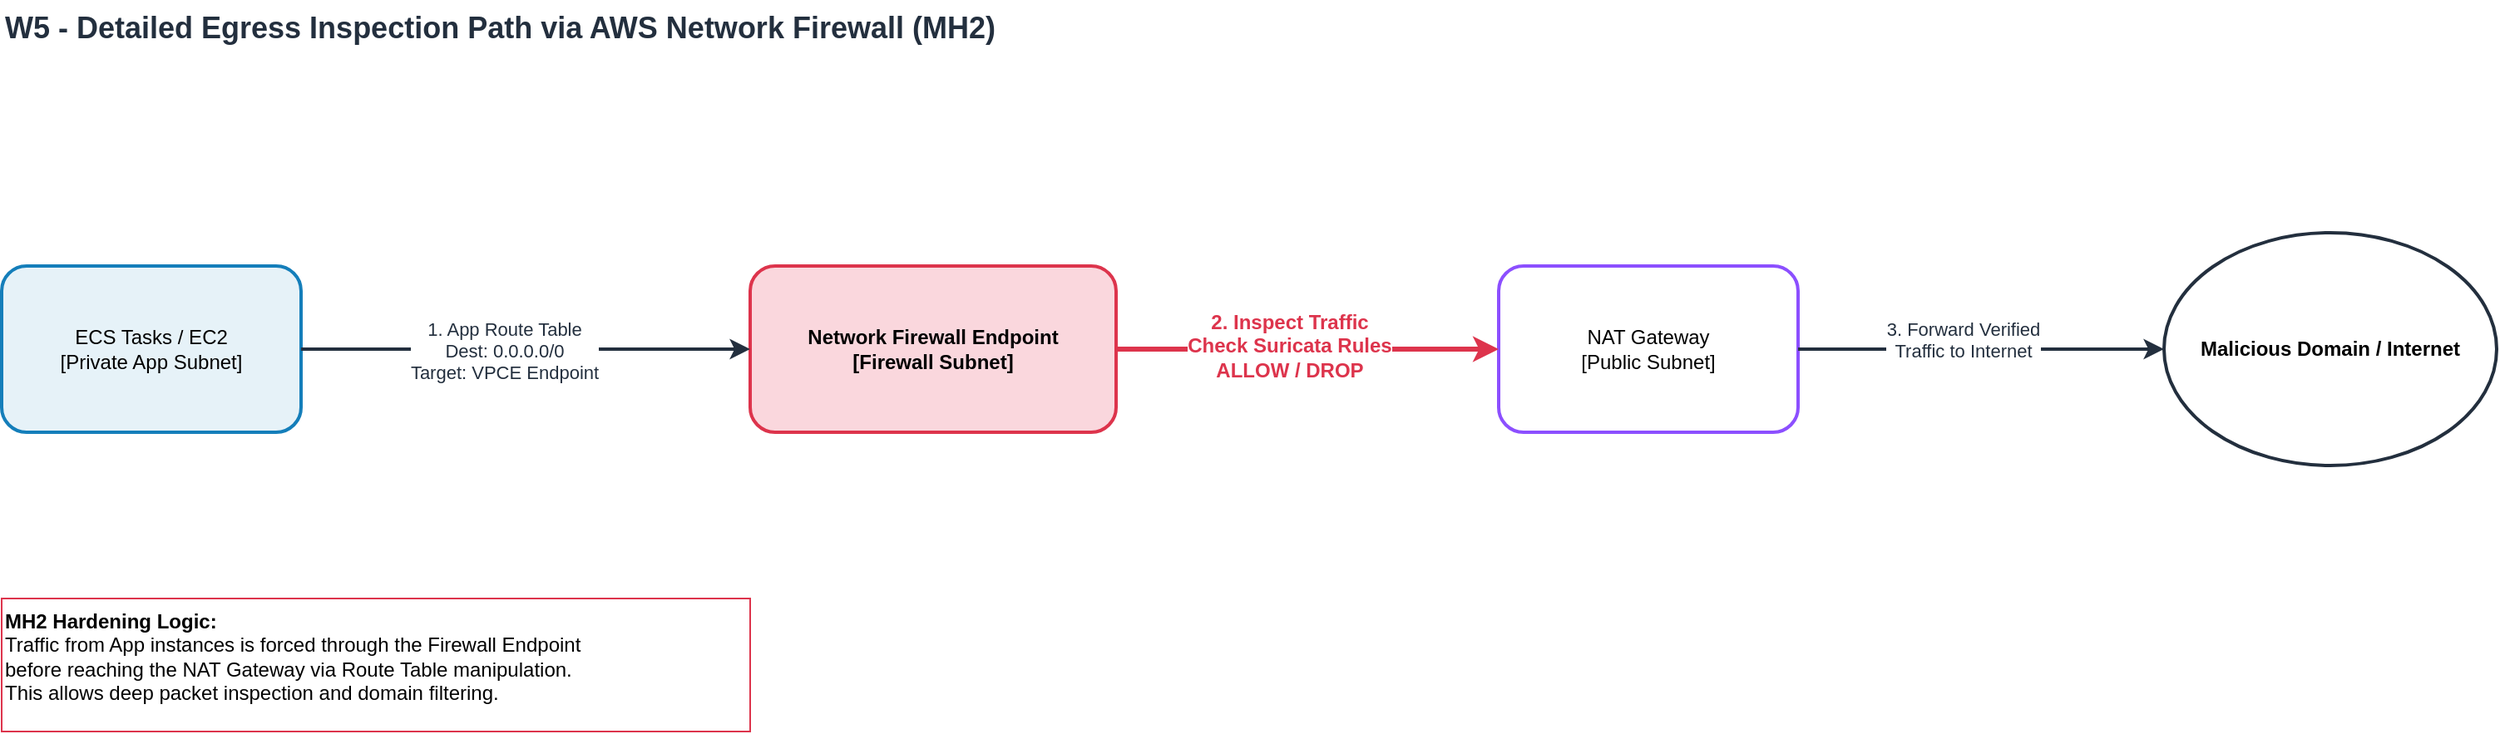
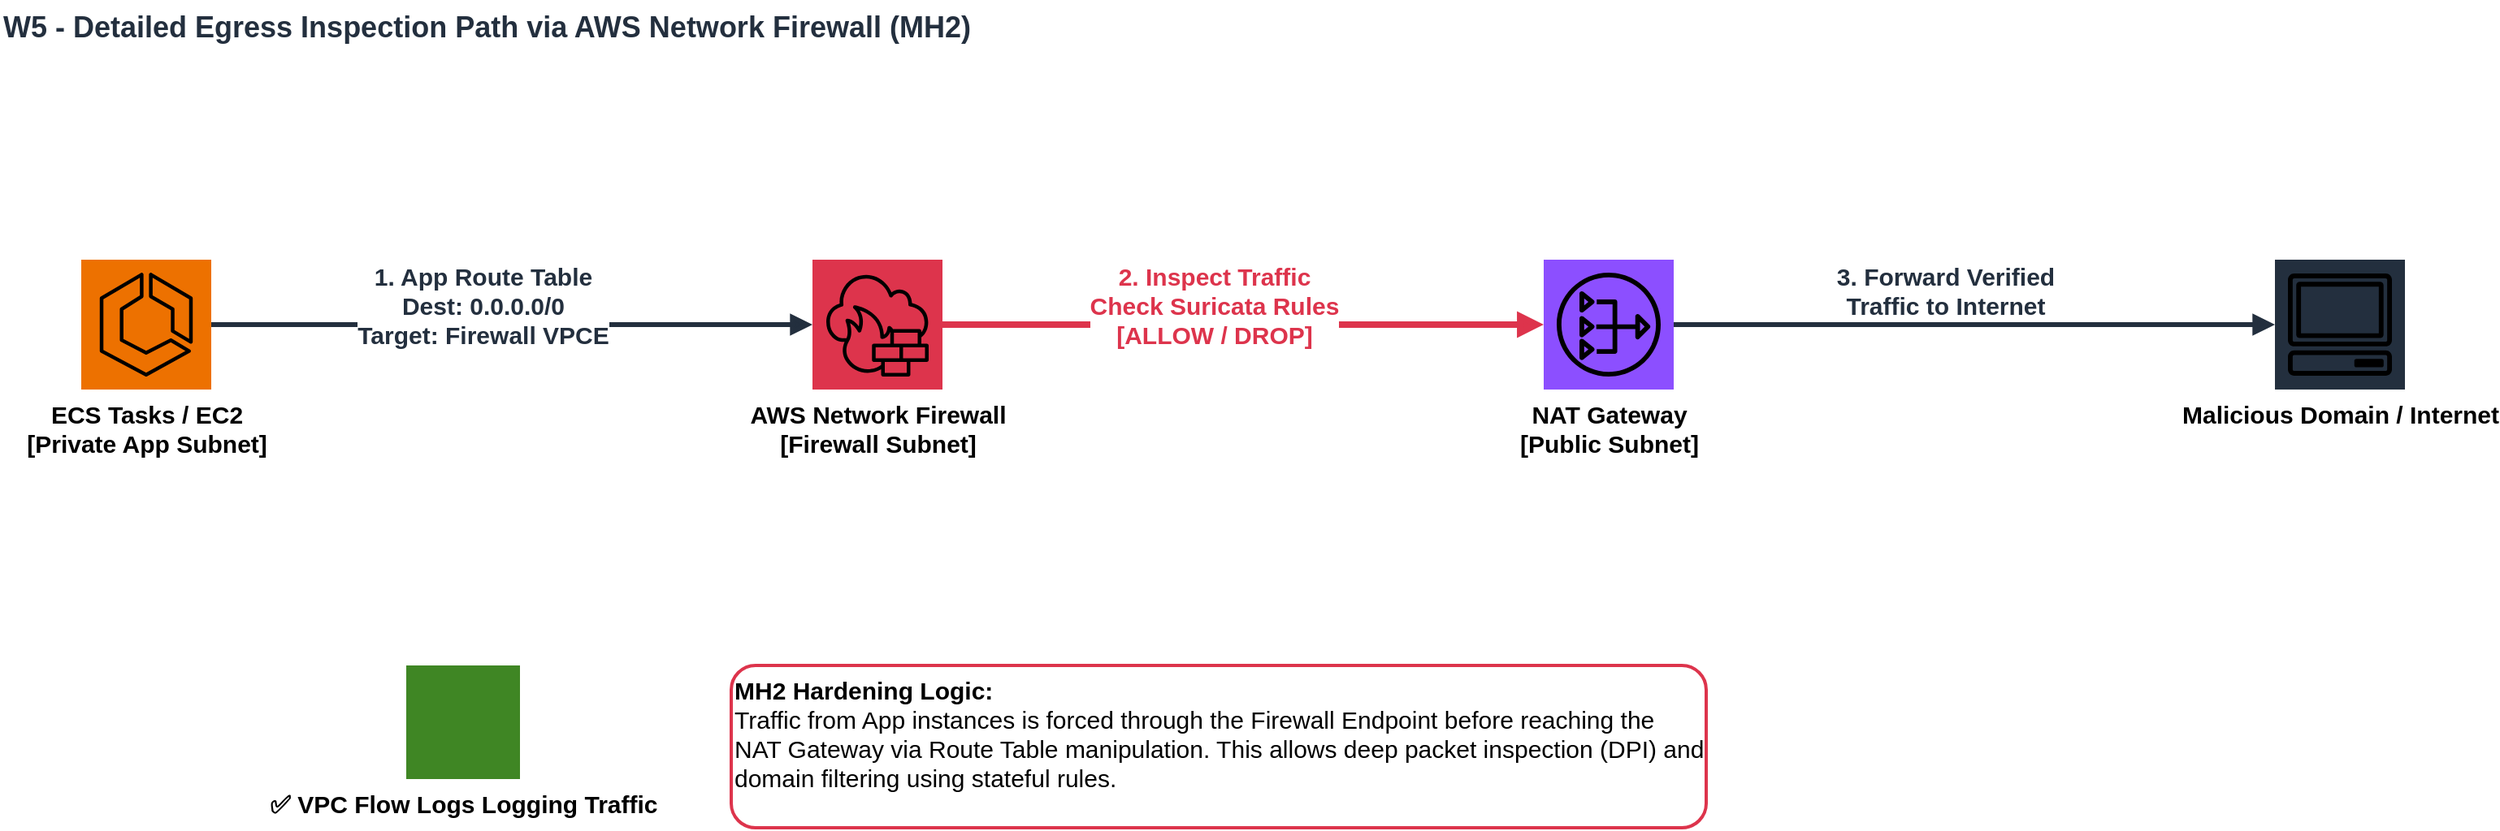
<mxfile host="app.diagrams.net" agent="Claude" version="24.7.6">
-   <diagram name="W5 Secure Egress Flow" id="w5-flow-v3">
+   <diagram name="W5 Secure Egress Flow" id="w5-flow-v4">
    <mxGraphModel dx="1800" dy="1000" grid="1" gridSize="10" guides="1" tooltips="1" connect="1" arrows="1" fold="1" page="1" pageScale="1" pageWidth="1800" pageHeight="1000" math="0" shadow="0">
      <root>
        <mxCell id="0" />
        <mxCell id="1" parent="0" />

        <mxCell id="title" value="W5 - Detailed Egress Inspection Path via AWS Network Firewall (MH2)" style="text;html=1;fontSize=18;fontStyle=1;align=left;fontColor=#232F3E;" vertex="1" parent="1">
          <mxGeometry x="50" y="40" width="800" height="30" as="geometry" />
        </mxCell>

-         <!-- Components -->
-         <mxCell id="ecs" value="ECS Tasks / EC2&#xa;[Private App Subnet]" style="rounded=1;whiteSpace=wrap;html=1;fillColor=#E6F2F8;strokeColor=#147EBA;strokeWidth=2;" vertex="1" parent="1">
-           <mxGeometry x="50" y="200" width="180" height="100" as="geometry" />
+         <!-- Official AWS Icons -->
+         <mxCell id="ecs" value="ECS Tasks / EC2&#xa;[Private App Subnet]" style="sketch=0;outlineConnect=0;fillColor=#ED7100;strokeColor=none;verticalLabelPosition=bottom;verticalAlign=top;align=center;html=1;shape=mxgraph.aws4.resourceIcon;resIcon=mxgraph.aws4.ecs;fontSize=15;fontStyle=1;" vertex="1" parent="1">
+           <mxGeometry x="100" y="200" width="80" height="80" as="geometry" />
        </mxCell>

-         <mxCell id="nfw" value="Network Firewall Endpoint&#xa;[Firewall Subnet]" style="rounded=1;whiteSpace=wrap;html=1;fillColor=#FAD7DD;strokeColor=#DD344C;strokeWidth=2;fontStyle=1;" vertex="1" parent="1">
-           <mxGeometry x="500" y="200" width="220" height="100" as="geometry" />
+         <mxCell id="nfw" value="AWS Network Firewall&#xa;[Firewall Subnet]" style="sketch=0;outlineConnect=0;fillColor=#DD344C;strokeColor=none;verticalLabelPosition=bottom;verticalAlign=top;align=center;html=1;shape=mxgraph.aws4.resourceIcon;resIcon=mxgraph.aws4.network_firewall;fontSize=15;fontStyle=1;" vertex="1" parent="1">
+           <mxGeometry x="550" y="200" width="80" height="80" as="geometry" />
        </mxCell>

-         <mxCell id="nat" value="NAT Gateway&#xa;[Public Subnet]" style="rounded=1;whiteSpace=wrap;html=1;fillColor=#FFFFFF;strokeColor=#8C4FFF;strokeWidth=2;" vertex="1" parent="1">
-           <mxGeometry x="950" y="200" width="180" height="100" as="geometry" />
+         <mxCell id="nat" value="NAT Gateway&#xa;[Public Subnet]" style="sketch=0;outlineConnect=0;fillColor=#8C4FFF;strokeColor=none;verticalLabelPosition=bottom;verticalAlign=top;align=center;html=1;shape=mxgraph.aws4.resourceIcon;resIcon=mxgraph.aws4.nat_gateway;fontSize=15;fontStyle=1;" vertex="1" parent="1">
+           <mxGeometry x="1000" y="200" width="80" height="80" as="geometry" />
        </mxCell>

-         <mxCell id="internet" value="Malicious Domain / Internet" style="ellipse;cloud;whiteSpace=wrap;html=1;fillColor=#FFFFFF;strokeColor=#232F3E;strokeWidth=2;fontStyle=1;" vertex="1" parent="1">
-           <mxGeometry x="1350" y="180" width="200" height="140" as="geometry" />
+         <mxCell id="internet" value="Malicious Domain / Internet" style="sketch=0;outlineConnect=0;fillColor=#232F3E;strokeColor=none;verticalLabelPosition=bottom;verticalAlign=top;align=center;html=1;shape=mxgraph.aws4.resourceIcon;resIcon=mxgraph.aws4.client;fontSize=15;fontStyle=1;" vertex="1" parent="1">
+           <mxGeometry x="1450" y="200" width="80" height="80" as="geometry" />
        </mxCell>

-         <!-- Arrows with detailed labels -->
-         <mxCell id="arr1" style="strokeWidth=2;strokeColor=#232F3E;exitX=1;exitY=0.5;entryX=0;entryY=0.5;" edge="1" source="ecs" target="nfw" parent="1">
+         <!-- Arrows with detailed labels (Font size 15) -->
+         <mxCell id="arr1" style="strokeWidth=3;strokeColor=#232F3E;endArrow=block;endFill=1;exitX=1;exitY=0.5;entryX=0;entryY=0.5;" edge="1" source="ecs" target="nfw" parent="1">
          <mxGeometry relative="1" as="geometry" />
        </mxCell>
-         <mxCell id="lbl1" value="1. App Route Table&#xa;Dest: 0.0.0.0/0&#xa;Target: VPCE Endpoint" style="edgeLabel;html=1;fontSize=11;fontColor=#232F3E;align=center;" vertex="1" connectable="0" parent="arr1">
-           <mxGeometry x="-0.1" y="25" relative="1" as="geometry"><mxPoint as="offset" /></mxGeometry>
+         <mxCell id="lbl1" value="1. App Route Table&#xa;Dest: 0.0.0.0/0&#xa;Target: Firewall VPCE" style="edgeLabel;html=1;fontSize=15;fontColor=#232F3E;align=center;fontStyle=1;" vertex="1" connectable="0" parent="arr1">
+           <mxGeometry x="-0.1" y="45" relative="1" as="geometry"><mxPoint as="offset" /></mxGeometry>
        </mxCell>

-         <mxCell id="arr2" style="strokeWidth=3;strokeColor=#DD344C;exitX=1;exitY=0.5;entryX=0;entryY=0.5;" edge="1" source="nfw" target="nat" parent="1">
+         <mxCell id="arr2" style="strokeWidth=4;strokeColor=#DD344C;endArrow=block;endFill=1;exitX=1;exitY=0.5;entryX=0;entryY=0.5;" edge="1" source="nfw" target="nat" parent="1">
          <mxGeometry relative="1" as="geometry" />
        </mxCell>
-         <mxCell id="lbl2" value="2. Inspect Traffic&#xa;Check Suricata Rules&#xa;ALLOW / DROP" style="edgeLabel;html=1;fontSize=12;fontColor=#DD344C;fontStyle=1;align=center;" vertex="1" connectable="0" parent="arr2">
-           <mxGeometry x="-0.1" y="30" relative="1" as="geometry"><mxPoint as="offset" /></mxGeometry>
+         <mxCell id="lbl2" value="2. Inspect Traffic&#xa;Check Suricata Rules&#xa;[ALLOW / DROP]" style="edgeLabel;html=1;fontSize=15;fontColor=#DD344C;fontStyle=1;align=center;" vertex="1" connectable="0" parent="arr2">
+           <mxGeometry x="-0.1" y="45" relative="1" as="geometry"><mxPoint as="offset" /></mxGeometry>
        </mxCell>

-         <mxCell id="arr3" style="strokeWidth=2;strokeColor=#232F3E;exitX=1;exitY=0.5;entryX=0;entryY=0.5;" edge="1" source="nat" target="internet" parent="1">
+         <mxCell id="arr3" style="strokeWidth=3;strokeColor=#232F3E;endArrow=block;endFill=1;exitX=1;exitY=0.5;entryX=0;entryY=0.5;" edge="1" source="nat" target="internet" parent="1">
          <mxGeometry relative="1" as="geometry" />
        </mxCell>
-         <mxCell id="lbl3" value="3. Forward Verified&#xa;Traffic to Internet" style="edgeLabel;html=1;fontSize=11;fontColor=#232F3E;align=center;" vertex="1" connectable="0" parent="arr3">
-           <mxGeometry x="-0.1" y="25" relative="1" as="geometry"><mxPoint as="offset" /></mxGeometry>
+         <mxCell id="lbl3" value="3. Forward Verified&#xa;Traffic to Internet" style="edgeLabel;html=1;fontSize=15;fontColor=#232F3E;align=center;fontStyle=1;" vertex="1" connectable="0" parent="arr3">
+           <mxGeometry x="-0.1" y="45" relative="1" as="geometry"><mxPoint as="offset" /></mxGeometry>
        </mxCell>

-         <!-- Legend box for MH2 explanation -->
-         <mxCell id="info" value="&lt;b&gt;MH2 Hardening Logic:&lt;/b&gt;&#xa;Traffic from App instances is forced through the Firewall Endpoint&#xa;before reaching the NAT Gateway via Route Table manipulation.&#xa;This allows deep packet inspection and domain filtering." style="text;html=1;strokeColor=#DD344C;fillColor=#FFF;padding=10;fontSize=12;whiteSpace=wrap;" vertex="1" parent="1">
-           <mxGeometry x="50" y="400" width="450" height="80" as="geometry" />
+         <!-- VPC Flow Logs Marker -->
+         <mxCell id="fl" value="✅ VPC Flow Logs Logging Traffic" style="sketch=0;outlineConnect=0;fillColor=#3F8624;strokeColor=none;verticalLabelPosition=bottom;verticalAlign=top;align=center;html=1;shape=mxgraph.aws4.resourceIcon;resIcon=mxgraph.aws4.vpc_flow_logs;fontSize=15;fontStyle=1;" vertex="1" parent="1">
+           <mxGeometry x="300" y="450" width="70" height="70" as="geometry" />
+         </mxCell>
+ 
+         <!-- Description box -->
+         <mxCell id="info" value="&lt;b&gt;MH2 Hardening Logic:&lt;/b&gt;&#xa;Traffic from App instances is forced through the Firewall Endpoint before reaching the NAT Gateway via Route Table manipulation. This allows deep packet inspection (DPI) and domain filtering using stateful rules." style="text;html=1;strokeColor=#DD344C;fillColor=#FFF;padding=15;fontSize=15;whiteSpace=wrap;rounded=1;strokeWidth=2;" vertex="1" parent="1">
+           <mxGeometry x="500" y="450" width="600" height="100" as="geometry" />
        </mxCell>

      </root>
    </mxGraphModel>
  </diagram>
</mxfile>